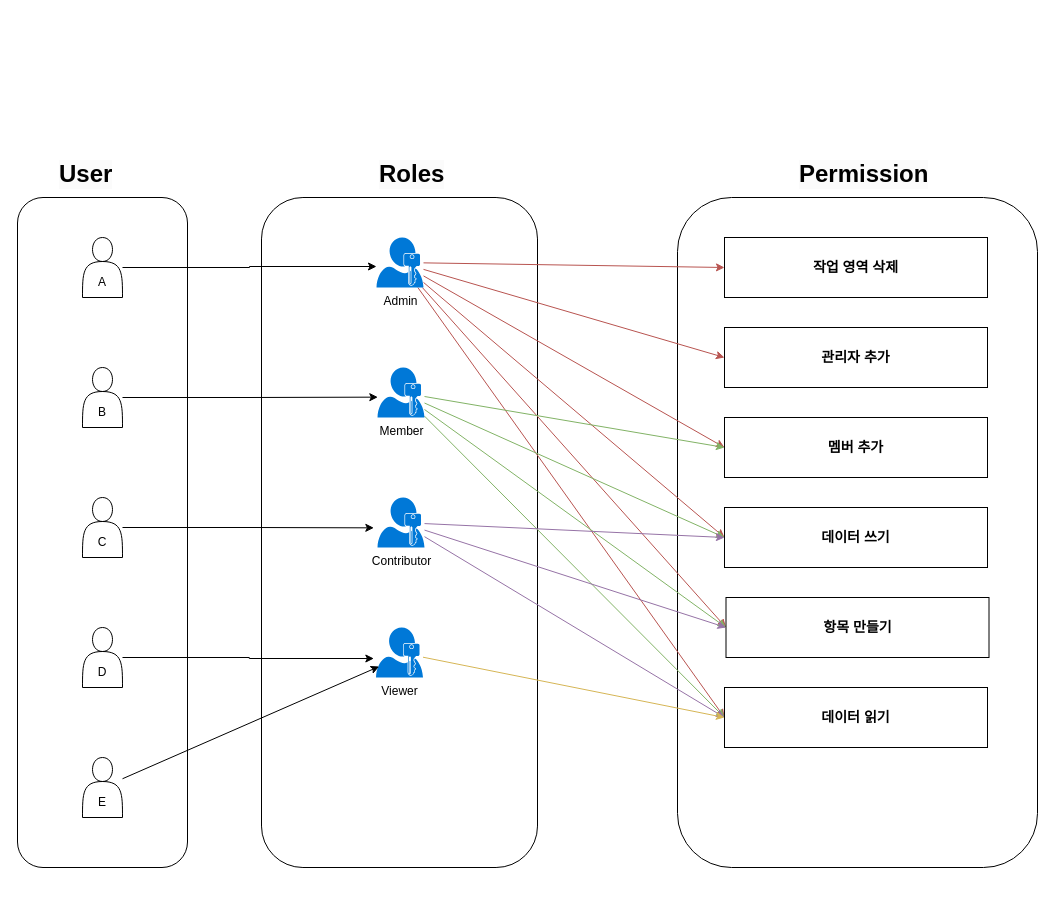
Earlier version of the draw.io diagram user_flow.drawio (liamyoon/document). Source tidied: cells renumbered, new cells numbered last; positions are measured from the earlier drawing's top-left corner, leaving out a move shared by most shapes. Both pictures are drawn from the tidied source at 100%, with x=0, y=0 at pixel (17, 137).
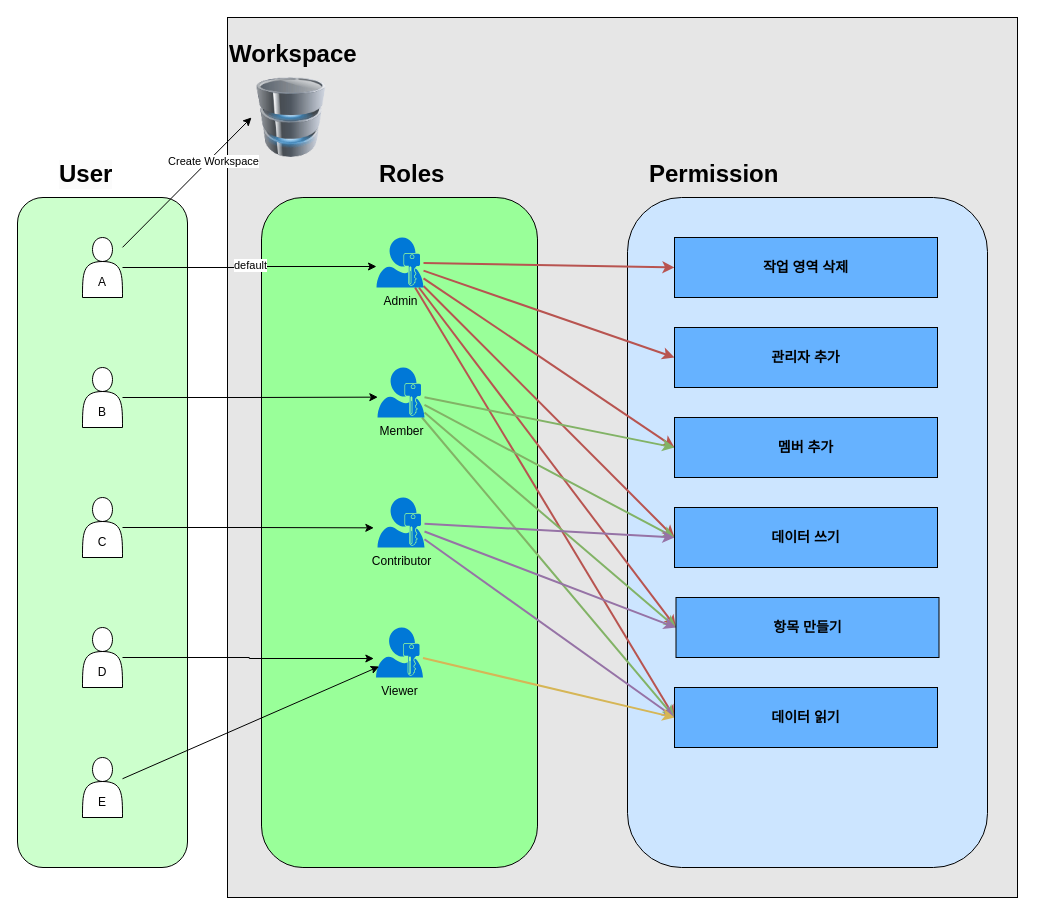
The same diagram, later.

The change refers to these unchanged cells:
```xml
<mxCell id="8" value="&lt;div&gt;&lt;br&gt;&lt;/div&gt;&lt;div&gt;&lt;br&gt;&lt;/div&gt;&lt;div&gt;A&lt;/div&gt;" style="shape=actor;whiteSpace=wrap;html=1;" parent="1" vertex="1">
  <mxGeometry x="65" y="100" width="40" height="60" as="geometry" />
</mxCell>
<mxCell id="20" value="&lt;div&gt;Admin&lt;/div&gt;" style="sketch=0;shadow=0;dashed=0;html=1;strokeColor=none;labelPosition=center;verticalLabelPosition=bottom;verticalAlign=top;align=center;shape=mxgraph.mscae.enterprise.user_permissions;fillColor=#0078D7;" parent="1" vertex="1">
  <mxGeometry x="359" y="100" width="47" height="50" as="geometry" />
</mxCell>
<mxCell id="25" value="Member" style="sketch=0;shadow=0;dashed=0;html=1;strokeColor=none;labelPosition=center;verticalLabelPosition=bottom;verticalAlign=top;align=center;shape=mxgraph.mscae.enterprise.user_permissions;fillColor=#0078D7;" parent="1" vertex="1">
  <mxGeometry x="360" y="230" width="47" height="50" as="geometry" />
</mxCell>
<mxCell id="29" value="Contributor" style="sketch=0;shadow=0;dashed=0;html=1;strokeColor=none;labelPosition=center;verticalLabelPosition=bottom;verticalAlign=top;align=center;shape=mxgraph.mscae.enterprise.user_permissions;fillColor=#0078D7;" parent="1" vertex="1">
  <mxGeometry x="360" y="360" width="47" height="50" as="geometry" />
</mxCell>
<mxCell id="31" value="&lt;div&gt;Viewer&lt;/div&gt;" style="sketch=0;shadow=0;dashed=0;html=1;strokeColor=none;labelPosition=center;verticalLabelPosition=bottom;verticalAlign=top;align=center;shape=mxgraph.mscae.enterprise.user_permissions;fillColor=#0078D7;" parent="1" vertex="1">
  <mxGeometry x="358.5" y="490" width="47" height="50" as="geometry" />
</mxCell>
<mxCell id="32" style="edgeStyle=orthogonalEdgeStyle;rounded=0;jettySize=auto;html=1;entryX=0;entryY=0.58;entryDx=0;entryDy=0;entryPerimeter=0;" parent="1" edge="1" source="8" target="20">
  <mxGeometry relative="1" as="geometry" />
</mxCell>
```

The edit, as a diff of the source:
```diff
@@
+    <mxCell id="43" style="rounded=0;whiteSpace=wrap;html=1;fillColor=#E6E6E6;" parent="1" vertex="1">
+      <mxGeometry x="210" y="-120" width="790" height="880" as="geometry" />
+    </mxCell>
@@
-    <mxCell id="3" value="&lt;h1 style=&quot;forced-color-adjust: none; color: rgb(0, 0, 0); font-family: Helvetica; font-style: normal; font-variant-ligatures: normal; font-variant-caps: normal; letter-spacing: normal; orphans: 2; text-align: center; text-indent: 0px; text-transform: none; widows: 2; word-spacing: 0px; -webkit-text-stroke-width: 0px; white-space: normal; background-color: rgb(251, 251, 251); text-decoration-thickness: initial; text-decoration-style: initial; text-decoration-color: initial;&quot;&gt;Roles&lt;/h1&gt;" style="text;whiteSpace=wrap;html=1;" parent="1" vertex="1">
+    <mxCell id="3" value="&lt;h1 style=&quot;forced-color-adjust: none; color: rgb(0, 0, 0); font-family: Helvetica; font-style: normal; font-variant-ligatures: normal; font-variant-caps: normal; letter-spacing: normal; orphans: 2; text-align: center; text-indent: 0px; text-transform: none; widows: 2; word-spacing: 0px; -webkit-text-stroke-width: 0px; white-space: normal; text-decoration-thickness: initial; text-decoration-style: initial; text-decoration-color: initial;&quot;&gt;Roles&lt;/h1&gt;" style="text;whiteSpace=wrap;html=1;" parent="1" vertex="1">
       <mxGeometry x="360" width="160" height="80" as="geometry" />
     </mxCell>
-    <mxCell id="4" value="&lt;h1 style=&quot;forced-color-adjust: none; color: rgb(0, 0, 0); font-family: Helvetica; font-style: normal; font-variant-ligatures: normal; font-variant-caps: normal; letter-spacing: normal; orphans: 2; text-align: center; text-indent: 0px; text-transform: none; widows: 2; word-spacing: 0px; -webkit-text-stroke-width: 0px; white-space: normal; background-color: rgb(251, 251, 251); text-decoration-thickness: initial; text-decoration-style: initial; text-decoration-color: initial;&quot;&gt;Permission&lt;/h1&gt;" style="text;whiteSpace=wrap;html=1;" parent="1" vertex="1">
-      <mxGeometry x="780" width="160" height="80" as="geometry" />
+    <mxCell id="4" value="&lt;h1 style=&quot;forced-color-adjust: none; color: rgb(0, 0, 0); font-family: Helvetica; font-style: normal; font-variant-ligatures: normal; font-variant-caps: normal; letter-spacing: normal; orphans: 2; text-align: center; text-indent: 0px; text-transform: none; widows: 2; word-spacing: 0px; -webkit-text-stroke-width: 0px; white-space: normal; text-decoration-thickness: initial; text-decoration-style: initial; text-decoration-color: initial;&quot;&gt;Permission&lt;/h1&gt;" style="text;whiteSpace=wrap;html=1;" parent="1" vertex="1">
+      <mxGeometry x="630" width="160" height="80" as="geometry" />
     </mxCell>
-    <mxCell id="5" style="rounded=1;whiteSpace=wrap;html=1;" parent="1" vertex="1">
+    <mxCell id="5" style="rounded=1;whiteSpace=wrap;html=1;fillColor=#CCFFCC;" parent="1" vertex="1">
       <mxGeometry y="60" width="170" height="670" as="geometry" />
     </mxCell>
-    <mxCell id="6" style="rounded=1;whiteSpace=wrap;html=1;" parent="1" vertex="1">
+    <mxCell id="6" style="rounded=1;whiteSpace=wrap;html=1;fillColor=#99FF99;" parent="1" vertex="1">
       <mxGeometry x="244" y="60" width="276" height="670" as="geometry" />
     </mxCell>
-    <mxCell id="7" style="rounded=1;whiteSpace=wrap;html=1;" parent="1" vertex="1">
-      <mxGeometry x="660" y="60" width="360" height="670" as="geometry" />
+    <mxCell id="7" style="rounded=1;whiteSpace=wrap;html=1;fillColor=#CCE5FF;" parent="1" vertex="1">
+      <mxGeometry x="610" y="60" width="360" height="670" as="geometry" />
     </mxCell>
@@
-    <mxCell id="14" style="rounded=0;jettySize=auto;html=1;entryX=0;entryY=0.5;entryDx=0;entryDy=0;fillColor=#f8cecc;strokeColor=#b85450;" parent="1" edge="1" source="20" target="37">
+    <mxCell id="14" style="rounded=0;jettySize=auto;html=1;entryX=0;entryY=0.5;entryDx=0;entryDy=0;fillColor=#f8cecc;strokeColor=#b85450;strokeWidth=2;" parent="1" edge="1" source="20" target="37">
       <mxGeometry relative="1" as="geometry" />
     </mxCell>
-    <mxCell id="15" style="rounded=0;jettySize=auto;html=1;entryX=0;entryY=0.5;entryDx=0;entryDy=0;fillColor=#f8cecc;strokeColor=#b85450;" parent="1" edge="1" source="20" target="38">
+    <mxCell id="15" style="rounded=0;jettySize=auto;html=1;entryX=0;entryY=0.5;entryDx=0;entryDy=0;fillColor=#f8cecc;strokeColor=#b85450;strokeWidth=2;" parent="1" edge="1" source="20" target="38">
       <mxGeometry relative="1" as="geometry" />
     </mxCell>
-    <mxCell id="16" style="rounded=0;jettySize=auto;html=1;entryX=0;entryY=0.5;entryDx=0;entryDy=0;fillColor=#f8cecc;strokeColor=#b85450;" parent="1" edge="1" source="20" target="39">
+    <mxCell id="16" style="rounded=0;jettySize=auto;html=1;entryX=0;entryY=0.5;entryDx=0;entryDy=0;fillColor=#f8cecc;strokeColor=#b85450;strokeWidth=2;" parent="1" edge="1" source="20" target="39">
       <mxGeometry relative="1" as="geometry" />
     </mxCell>
-    <mxCell id="17" style="rounded=0;jettySize=auto;html=1;entryX=0;entryY=0.5;entryDx=0;entryDy=0;fillColor=#f8cecc;strokeColor=#b85450;" parent="1" edge="1" source="20" target="40">
+    <mxCell id="17" style="rounded=0;jettySize=auto;html=1;entryX=0;entryY=0.5;entryDx=0;entryDy=0;fillColor=#f8cecc;strokeColor=#b85450;strokeWidth=2;" parent="1" edge="1" source="20" target="40">
       <mxGeometry relative="1" as="geometry" />
     </mxCell>
-    <mxCell id="18" style="rounded=0;jettySize=auto;html=1;entryX=0;entryY=0.5;entryDx=0;entryDy=0;fillColor=#f8cecc;strokeColor=#b85450;" parent="1" edge="1" source="20" target="41">
+    <mxCell id="18" style="rounded=0;jettySize=auto;html=1;entryX=0;entryY=0.5;entryDx=0;entryDy=0;fillColor=#f8cecc;strokeColor=#b85450;strokeWidth=2;" parent="1" edge="1" source="20" target="41">
       <mxGeometry relative="1" as="geometry" />
     </mxCell>
-    <mxCell id="19" style="rounded=0;jettySize=auto;html=1;entryX=0;entryY=0.5;entryDx=0;entryDy=0;fillColor=#f8cecc;strokeColor=#b85450;" parent="1" edge="1" source="20" target="42">
+    <mxCell id="19" style="rounded=0;jettySize=auto;html=1;entryX=0;entryY=0.5;entryDx=0;entryDy=0;fillColor=#f8cecc;strokeColor=#b85450;strokeWidth=2;" parent="1" edge="1" source="20" target="42">
       <mxGeometry relative="1" as="geometry" />
     </mxCell>
@@
-    <mxCell id="21" style="rounded=0;jettySize=auto;html=1;entryX=0;entryY=0.5;entryDx=0;entryDy=0;fillColor=#d5e8d4;strokeColor=#82b366;" parent="1" edge="1" source="25" target="39">
+    <mxCell id="21" style="rounded=0;jettySize=auto;html=1;entryX=0;entryY=0.5;entryDx=0;entryDy=0;fillColor=#d5e8d4;strokeColor=#82b366;strokeWidth=2;" parent="1" edge="1" source="25" target="39">
       <mxGeometry relative="1" as="geometry" />
     </mxCell>
-    <mxCell id="22" style="rounded=0;jettySize=auto;html=1;entryX=0;entryY=0.5;entryDx=0;entryDy=0;fillColor=#d5e8d4;strokeColor=#82b366;" parent="1" edge="1" source="25" target="40">
+    <mxCell id="22" style="rounded=0;jettySize=auto;html=1;entryX=0;entryY=0.5;entryDx=0;entryDy=0;fillColor=#d5e8d4;strokeColor=#82b366;strokeWidth=2;" parent="1" edge="1" source="25" target="40">
       <mxGeometry relative="1" as="geometry" />
     </mxCell>
-    <mxCell id="23" style="rounded=0;jettySize=auto;html=1;entryX=0;entryY=0.5;entryDx=0;entryDy=0;fillColor=#d5e8d4;strokeColor=#82b366;" parent="1" edge="1" source="25" target="41">
+    <mxCell id="23" style="rounded=0;jettySize=auto;html=1;entryX=0;entryY=0.5;entryDx=0;entryDy=0;fillColor=#d5e8d4;strokeColor=#82b366;strokeWidth=2;" parent="1" edge="1" source="25" target="41">
       <mxGeometry relative="1" as="geometry" />
     </mxCell>
-    <mxCell id="24" style="rounded=0;jettySize=auto;html=1;entryX=0;entryY=0.5;entryDx=0;entryDy=0;fillColor=#d5e8d4;strokeColor=#82b366;" parent="1" edge="1" source="25" target="42">
+    <mxCell id="24" style="rounded=0;jettySize=auto;html=1;entryX=0;entryY=0.5;entryDx=0;entryDy=0;fillColor=#d5e8d4;strokeColor=#82b366;strokeWidth=2;" parent="1" edge="1" source="25" target="42">
       <mxGeometry relative="1" as="geometry" />
     </mxCell>
@@
-    <mxCell id="26" style="rounded=0;jettySize=auto;html=1;entryX=0;entryY=0.5;entryDx=0;entryDy=0;fillColor=#e1d5e7;strokeColor=#9673a6;" parent="1" edge="1" source="29" target="40">
+    <mxCell id="26" style="rounded=0;jettySize=auto;html=1;entryX=0;entryY=0.5;entryDx=0;entryDy=0;fillColor=#e1d5e7;strokeColor=#9673a6;strokeWidth=2;" parent="1" edge="1" source="29" target="40">
       <mxGeometry relative="1" as="geometry" />
     </mxCell>
-    <mxCell id="27" style="rounded=0;jettySize=auto;html=1;entryX=0;entryY=0.5;entryDx=0;entryDy=0;fillColor=#e1d5e7;strokeColor=#9673a6;" parent="1" edge="1" source="29" target="41">
+    <mxCell id="27" style="rounded=0;jettySize=auto;html=1;entryX=0;entryY=0.5;entryDx=0;entryDy=0;fillColor=#e1d5e7;strokeColor=#9673a6;strokeWidth=2;" parent="1" edge="1" source="29" target="41">
       <mxGeometry relative="1" as="geometry" />
     </mxCell>
-    <mxCell id="28" style="rounded=0;jettySize=auto;html=1;entryX=0;entryY=0.5;entryDx=0;entryDy=0;fillColor=#e1d5e7;strokeColor=#9673a6;" parent="1" edge="1" source="29" target="42">
+    <mxCell id="28" style="rounded=0;jettySize=auto;html=1;entryX=0;entryY=0.5;entryDx=0;entryDy=0;fillColor=#e1d5e7;strokeColor=#9673a6;strokeWidth=2;" parent="1" edge="1" source="29" target="42">
       <mxGeometry relative="1" as="geometry" />
     </mxCell>
@@
-    <mxCell id="30" style="rounded=0;jettySize=auto;html=1;entryX=0;entryY=0.5;entryDx=0;entryDy=0;fillColor=#fff2cc;strokeColor=#d6b656;" parent="1" edge="1" source="31" target="42">
+    <mxCell id="30" style="rounded=0;jettySize=auto;html=1;entryX=0;entryY=0.5;entryDx=0;entryDy=0;fillColor=#fff2cc;strokeColor=#d6b656;strokeWidth=2;" parent="1" edge="1" source="31" target="42">
       <mxGeometry relative="1" as="geometry" />
     </mxCell>
@@
+    <mxCell id="44" value="default" style="edgeLabel;html=1;align=center;verticalAlign=middle;" parent="32" vertex="1">
+      <mxGeometry y="2" relative="1" as="geometry" />
+    </mxCell>
@@
-    <mxCell id="37" value="&lt;h3&gt;작업 영역 삭제&lt;/h3&gt;" style="rounded=0;whiteSpace=wrap;html=1;" parent="1" vertex="1">
-      <mxGeometry x="707" y="100" width="263" height="60" as="geometry" />
+    <mxCell id="37" value="&lt;h3&gt;작업 영역 삭제&lt;/h3&gt;" style="rounded=0;whiteSpace=wrap;html=1;fillColor=#66B2FF;" parent="1" vertex="1">
+      <mxGeometry x="657" y="100" width="263" height="60" as="geometry" />
     </mxCell>
-    <mxCell id="38" value="&lt;h3&gt;관리자 추가&lt;/h3&gt;" style="rounded=0;whiteSpace=wrap;html=1;" parent="1" vertex="1">
-      <mxGeometry x="707" y="190" width="263" height="60" as="geometry" />
+    <mxCell id="38" value="&lt;h3&gt;관리자 추가&lt;/h3&gt;" style="rounded=0;whiteSpace=wrap;html=1;fillColor=#66B2FF;" parent="1" vertex="1">
+      <mxGeometry x="657" y="190" width="263" height="60" as="geometry" />
     </mxCell>
-    <mxCell id="39" value="&lt;h3&gt;멤버 추가&lt;/h3&gt;" style="rounded=0;whiteSpace=wrap;html=1;" parent="1" vertex="1">
-      <mxGeometry x="707" y="280" width="263" height="60" as="geometry" />
+    <mxCell id="39" value="&lt;h3&gt;멤버 추가&lt;/h3&gt;" style="rounded=0;whiteSpace=wrap;html=1;fillColor=#66B2FF;" parent="1" vertex="1">
+      <mxGeometry x="657" y="280" width="263" height="60" as="geometry" />
     </mxCell>
-    <mxCell id="40" value="&lt;h3&gt;데이터 쓰기&lt;/h3&gt;" style="rounded=0;whiteSpace=wrap;html=1;" parent="1" vertex="1">
-      <mxGeometry x="707" y="370" width="263" height="60" as="geometry" />
+    <mxCell id="40" value="&lt;h3&gt;데이터 쓰기&lt;/h3&gt;" style="rounded=0;whiteSpace=wrap;html=1;fillColor=#66B2FF;" parent="1" vertex="1">
+      <mxGeometry x="657" y="370" width="263" height="60" as="geometry" />
     </mxCell>
-    <mxCell id="41" value="&lt;h3&gt;항목 만들기&lt;/h3&gt;" style="rounded=0;whiteSpace=wrap;html=1;" parent="1" vertex="1">
-      <mxGeometry x="708.5" y="460" width="263" height="60" as="geometry" />
+    <mxCell id="41" value="&lt;h3&gt;항목 만들기&lt;/h3&gt;" style="rounded=0;whiteSpace=wrap;html=1;fillColor=#66B2FF;" parent="1" vertex="1">
+      <mxGeometry x="658.5" y="460" width="263" height="60" as="geometry" />
     </mxCell>
-    <mxCell id="42" value="&lt;h3&gt;데이터 읽기&lt;/h3&gt;" style="rounded=0;whiteSpace=wrap;html=1;" parent="1" vertex="1">
-      <mxGeometry x="707" y="550" width="263" height="60" as="geometry" />
+    <mxCell id="42" value="&lt;h3&gt;데이터 읽기&lt;/h3&gt;" style="rounded=0;whiteSpace=wrap;html=1;fillColor=#66B2FF;" parent="1" vertex="1">
+      <mxGeometry x="657" y="550" width="263" height="60" as="geometry" />
     </mxCell>
+    <mxCell id="45" value="&lt;h1 style=&quot;forced-color-adjust: none; color: rgb(0, 0, 0); font-family: Helvetica; font-style: normal; font-variant-ligatures: normal; font-variant-caps: normal; letter-spacing: normal; orphans: 2; text-align: center; text-indent: 0px; text-transform: none; widows: 2; word-spacing: 0px; -webkit-text-stroke-width: 0px; white-space: normal; text-decoration-thickness: initial; text-decoration-style: initial; text-decoration-color: initial;&quot;&gt;Workspace&lt;/h1&gt;" style="text;whiteSpace=wrap;html=1;" parent="1" vertex="1">
+      <mxGeometry x="210" y="-120" width="160" height="80" as="geometry" />
+    </mxCell>
+    <mxCell id="46" style="rounded=0;jettySize=auto;html=1;entryX=0;entryY=0.5;entryDx=0;entryDy=0;" parent="1" edge="1" source="8" target="48">
+      <mxGeometry relative="1" as="geometry" />
+    </mxCell>
+    <mxCell id="47" value="Create Workspace" style="edgeLabel;html=1;align=center;verticalAlign=middle;" parent="46" vertex="1">
+      <mxGeometry x="0.37" y="-3" relative="1" as="geometry" />
+    </mxCell>
+    <mxCell id="48" style="image;html=1;image=img/lib/clip_art/computers/Database_128x128.png;" parent="1" vertex="1">
+      <mxGeometry x="234" y="-60" width="80" height="80" as="geometry" />
+    </mxCell>
```
